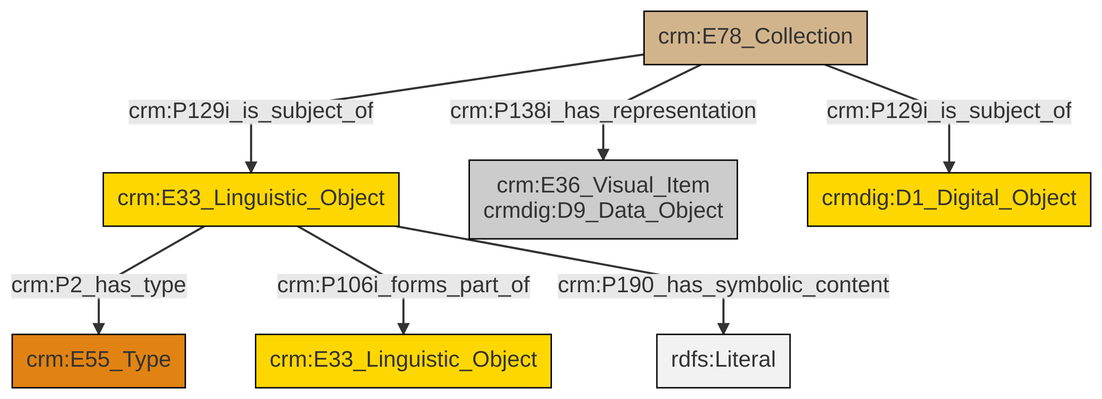
swiss-art-research-net/docs.swissartresearch keeps this Mermaid diagram as et/archivalCSV/ttl/mmd/png/archival_docs.png. Above is the earlier version. Its source is kept beside it as et/archivalCSV/ttl/mmd/archival_docs.ttl.mmd.
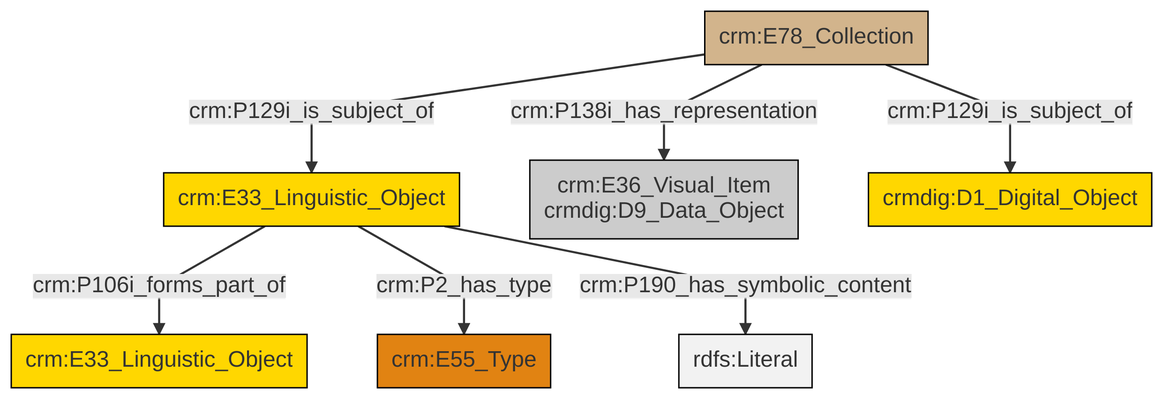
Above is the later version.

Change to the diagram source:
```diff
@@ -13,9 +13,9 @@
 classDef PC_Classes fill:#4ce600, stroke:#000000;
 classDef Multi fill:#cccccc,stroke:#000000;
 
-0["crm:E78_Collection"]:::Physical_Thing -->|crm:P129i_is_subject_of| 1["crm:E33_Linguistic_Object"]:::Conceptual_Object
-1["crm:E33_Linguistic_Object"]:::Conceptual_Object -->|crm:P2_has_type| 4["crm:E55_Type"]:::Type
-1["crm:E33_Linguistic_Object"]:::Conceptual_Object -->|crm:P106i_forms_part_of| 5["crm:E33_Linguistic_Object"]:::Conceptual_Object
-0["crm:E78_Collection"]:::Physical_Thing -->|crm:P138i_has_representation| 2["crm:E36_Visual_Item<br>crmdig:D9_Data_Object"]:::Multi
-1["crm:E33_Linguistic_Object"]:::Conceptual_Object -->|crm:P190_has_symbolic_content| 9[rdfs:Literal]:::Literal
-0["crm:E78_Collection"]:::Physical_Thing -->|crm:P129i_is_subject_of| 11["crmdig:D1_Digital_Object"]:::Conceptual_Object
+4["crm:E33_Linguistic_Object"]:::Conceptual_Object -->|crm:P106i_forms_part_of| 2["crm:E33_Linguistic_Object"]:::Conceptual_Object
+5["crm:E78_Collection"]:::Physical_Thing -->|crm:P138i_has_representation| 6["crm:E36_Visual_Item<br>crmdig:D9_Data_Object"]:::Multi
+4["crm:E33_Linguistic_Object"]:::Conceptual_Object -->|crm:P2_has_type| 0["crm:E55_Type"]:::Type
+4["crm:E33_Linguistic_Object"]:::Conceptual_Object -->|crm:P190_has_symbolic_content| 9[rdfs:Literal]:::Literal
+5["crm:E78_Collection"]:::Physical_Thing -->|crm:P129i_is_subject_of| 4["crm:E33_Linguistic_Object"]:::Conceptual_Object
+5["crm:E78_Collection"]:::Physical_Thing -->|crm:P129i_is_subject_of| 13["crmdig:D1_Digital_Object"]:::Conceptual_Object
```
